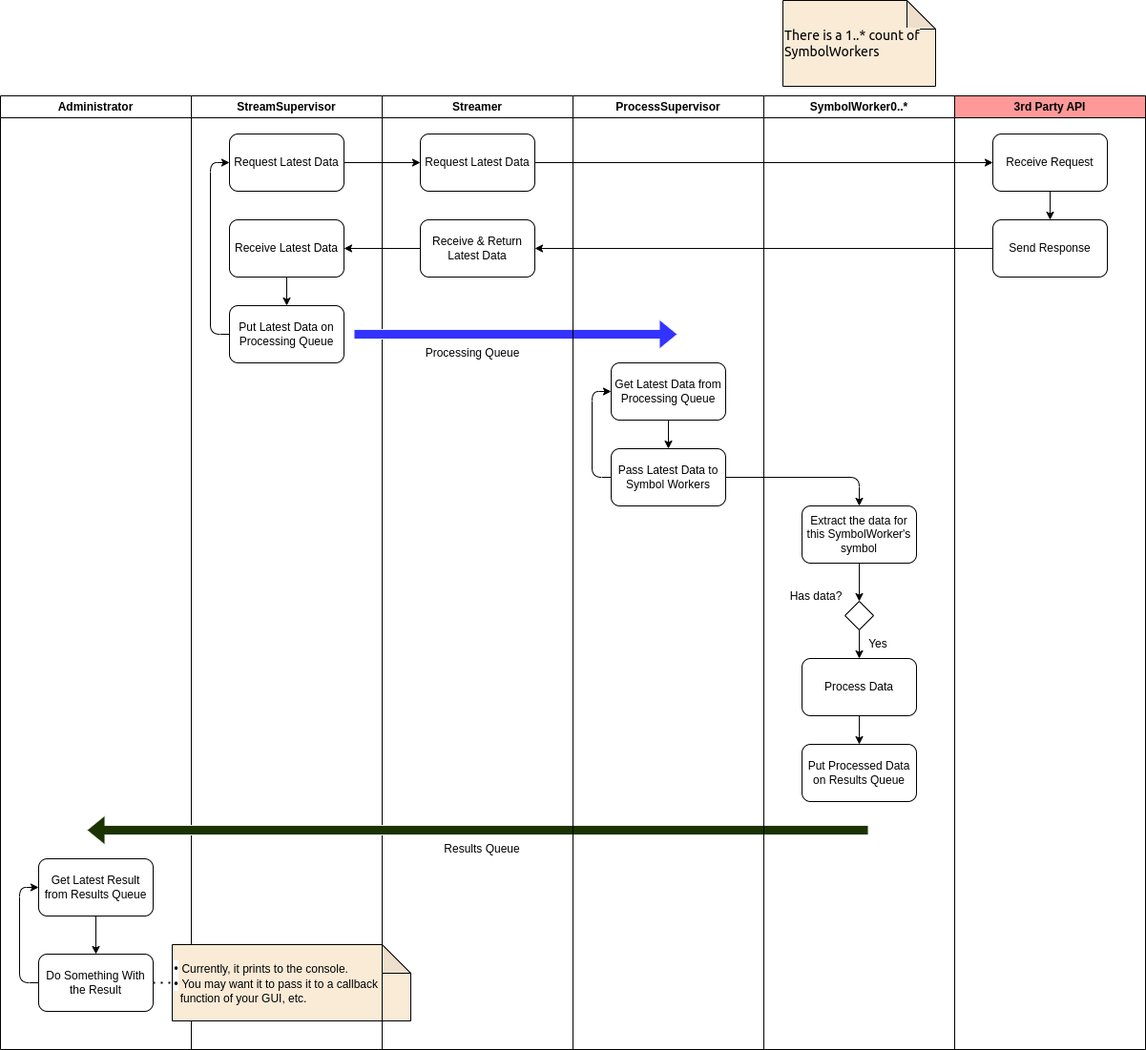
IanAtDazed/ray-streamer keeps this draw.io diagram as images/high_level_activity.png. Above is the earlier version. Source tidied: cells renumbered, new cells last; positions are measured from the earlier drawing's top-left corner, leaving out a move shared by most shapes.
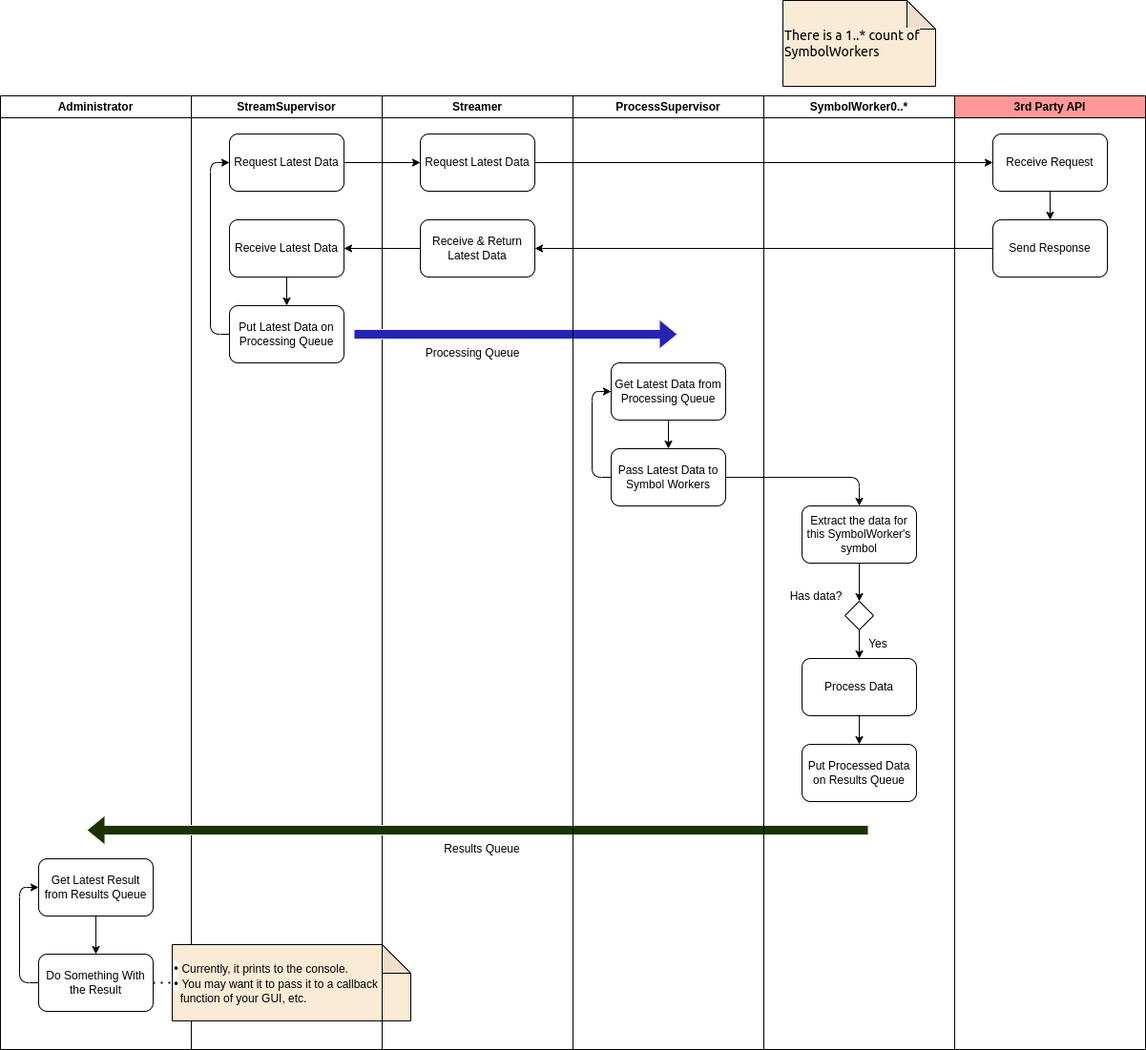
Later version of the same file.

Commit message:
Processing Queue color: 2424B3

Diff of the diagram source:
```diff
@@ -57,7 +57,7 @@
     <mxCell id="16" value="Receive &amp;amp; Return Latest Data" style="rounded=1;whiteSpace=wrap;html=1;" parent="14" vertex="1">
       <mxGeometry x="40" y="130" width="120" height="60" as="geometry" />
     </mxCell>
-    <mxCell id="17" style="shape=flexArrow;endArrow=classic;html=1;fillColor=#3333FF;strokeColor=#F0F0F0;" parent="14" edge="1">
+    <mxCell id="17" style="shape=flexArrow;endArrow=classic;html=1;fillColor=#2424B3;strokeColor=#F0F0F0;" parent="14" edge="1">
       <mxGeometry relative="1" as="geometry">
         <mxPoint x="-30" y="250" as="sourcePoint" />
         <mxPoint x="310" y="250" as="targetPoint" />
```
